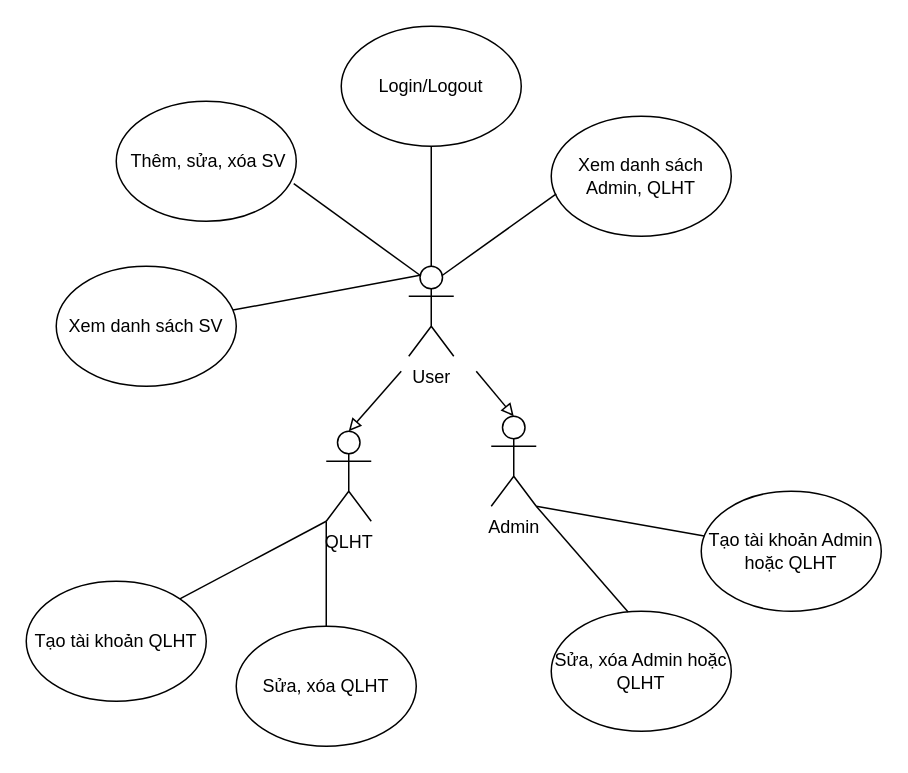
This is page "Usecase diagram" (1 of 2) of Untitled Diagram.drawio from xuanthangsn/bicycle-rental-service, a draw.io file, before an edit. Source tidied: cells renumbered, new cells numbered last; positions are measured from the earlier drawing's top-left corner, leaving out a move shared by most shapes. Both pictures are drawn from the tidied source at 150%, with x=0, y=0 at pixel (26, 26).
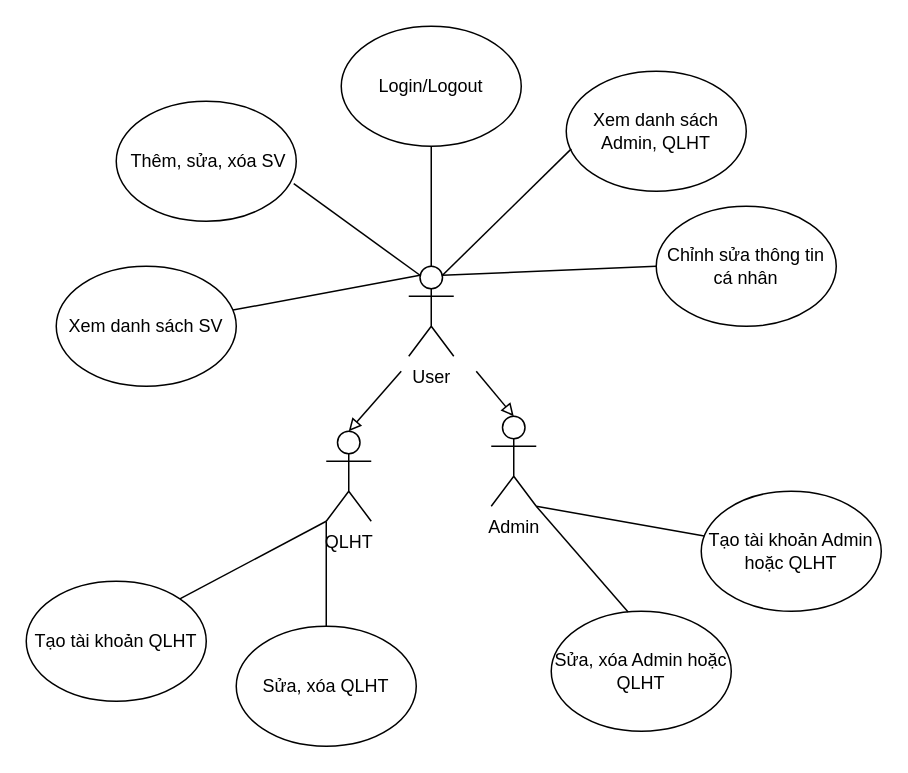
After the change.

The change refers to these unchanged cells:
```xml
<mxCell id="2" value="User" style="shape=umlActor;verticalLabelPosition=bottom;verticalAlign=top;html=1;outlineConnect=0;" parent="1" vertex="1">
  <mxGeometry x="255" y="160" width="30" height="60" as="geometry" />
</mxCell>
```

Diff of the diagram source:
```diff
@@
     <mxCell id="9" value="Xem danh sách Admin, QLHT" style="ellipse;whiteSpace=wrap;html=1;" parent="1" vertex="1">
-      <mxGeometry x="350" y="60" width="120" height="80" as="geometry" />
+      <mxGeometry x="360" y="30" width="120" height="80" as="geometry" />
     </mxCell>
@@
+    <mxCell id="23" value="Chỉnh sửa thông tin cá nhân" style="ellipse;whiteSpace=wrap;html=1;" parent="1" vertex="1">
+      <mxGeometry x="420" y="120" width="120" height="80" as="geometry" />
+    </mxCell>
+    <mxCell id="24" style="endArrow=none;html=1;rounded=0;entryX=0;entryY=0.5;entryDx=0;entryDy=0;exitX=0.75;exitY=0.1;exitDx=0;exitDy=0;exitPerimeter=0;" parent="1" edge="1" source="2" target="23">
+      <mxGeometry relative="1" as="geometry" />
+    </mxCell>
```
